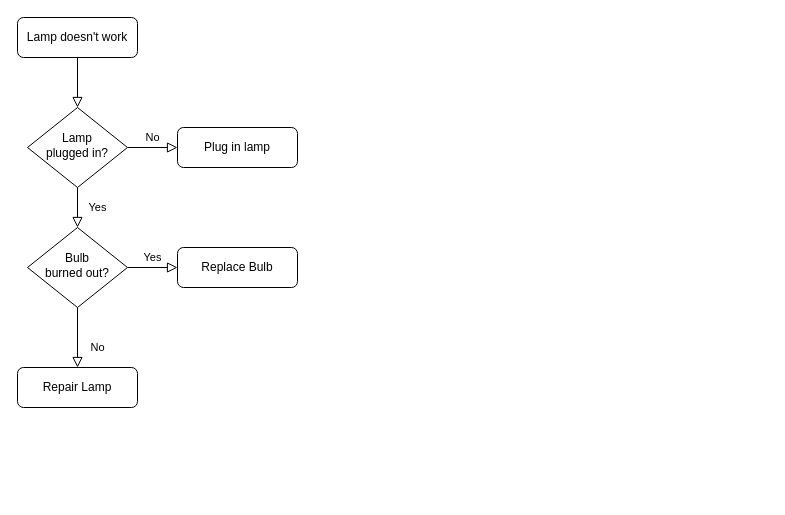
Earlier version of the draw.io diagram Untitled Diagram.drawio (hi-clyoo/flow-chart). Source tidied: cells renumbered, new cells numbered last; positions are measured from the earlier drawing's top-left corner, leaving out a move shared by most shapes. Both pictures are drawn from the tidied source at 100%, with x=0, y=0 at pixel (17, 17).
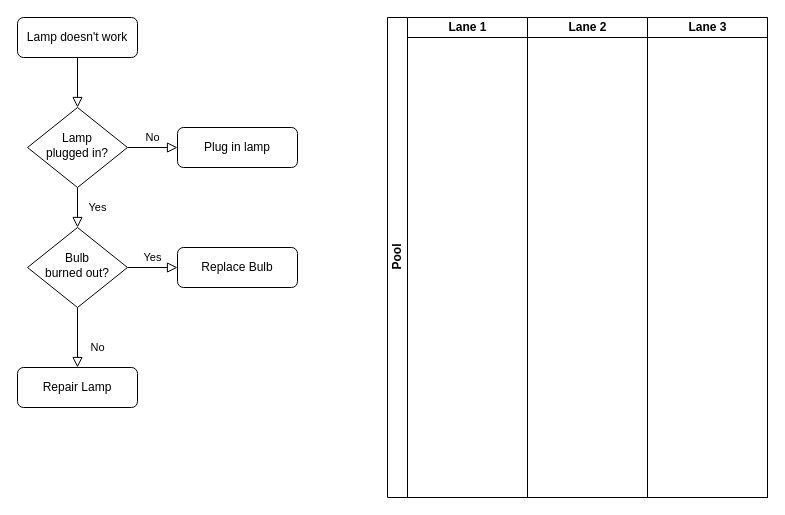
The same diagram, later.

Change to the diagram source:
```diff
@@
 <mxGraphModel>
   <root>
     <mxCell id="0" />
     <mxCell id="1" parent="0" />
     <mxCell id="2" style="rounded=0;html=1;jettySize=auto;fontSize=11;endArrow=block;endFill=0;endSize=8;strokeWidth=1;shadow=0;labelBackgroundColor=none;edgeStyle=orthogonalEdgeStyle;" parent="1" edge="1" source="3" target="6">
       <mxGeometry relative="1" as="geometry" />
     </mxCell>
     <mxCell id="3" value="Lamp doesn't work" style="rounded=1;whiteSpace=wrap;html=1;fontSize=12;glass=0;strokeWidth=1;shadow=0;" parent="1" vertex="1">
       <mxGeometry width="120" height="40" as="geometry" />
     </mxCell>
     <mxCell id="4" value="Yes" style="rounded=0;html=1;jettySize=auto;fontSize=11;endArrow=block;endFill=0;endSize=8;strokeWidth=1;shadow=0;labelBackgroundColor=none;edgeStyle=orthogonalEdgeStyle;" parent="1" edge="1" source="6" target="10">
       <mxGeometry y="20" relative="1" as="geometry" />
     </mxCell>
     <mxCell id="5" value="No" style="edgeStyle=orthogonalEdgeStyle;rounded=0;html=1;jettySize=auto;fontSize=11;endArrow=block;endFill=0;endSize=8;strokeWidth=1;shadow=0;labelBackgroundColor=none;" parent="1" edge="1" source="6" target="7">
       <mxGeometry y="10" relative="1" as="geometry" />
     </mxCell>
     <mxCell id="6" value="Lamp&lt;br&gt;plugged in?" style="rhombus;whiteSpace=wrap;html=1;shadow=0;fontFamily=Helvetica;fontSize=12;align=center;strokeWidth=1;spacing=6;spacingTop=-4;" parent="1" vertex="1">
       <mxGeometry x="10" y="90" width="100" height="80" as="geometry" />
     </mxCell>
     <mxCell id="7" value="Plug in lamp" style="rounded=1;whiteSpace=wrap;html=1;fontSize=12;glass=0;strokeWidth=1;shadow=0;" parent="1" vertex="1">
       <mxGeometry x="160" y="110" width="120" height="40" as="geometry" />
     </mxCell>
     <mxCell id="8" value="No" style="rounded=0;html=1;jettySize=auto;fontSize=11;endArrow=block;endFill=0;endSize=8;strokeWidth=1;shadow=0;labelBackgroundColor=none;edgeStyle=orthogonalEdgeStyle;" parent="1" edge="1" source="10" target="11">
       <mxGeometry x="0.33" y="20" relative="1" as="geometry" />
     </mxCell>
     <mxCell id="9" value="Yes" style="edgeStyle=orthogonalEdgeStyle;rounded=0;html=1;jettySize=auto;fontSize=11;endArrow=block;endFill=0;endSize=8;strokeWidth=1;shadow=0;labelBackgroundColor=none;" parent="1" edge="1" source="10" target="12">
       <mxGeometry y="10" relative="1" as="geometry" />
     </mxCell>
     <mxCell id="10" value="Bulb&lt;br&gt;burned out?" style="rhombus;whiteSpace=wrap;html=1;shadow=0;fontFamily=Helvetica;fontSize=12;align=center;strokeWidth=1;spacing=6;spacingTop=-4;" parent="1" vertex="1">
       <mxGeometry x="10" y="210" width="100" height="80" as="geometry" />
     </mxCell>
     <mxCell id="11" value="Repair Lamp" style="rounded=1;whiteSpace=wrap;html=1;fontSize=12;glass=0;strokeWidth=1;shadow=0;" parent="1" vertex="1">
       <mxGeometry y="350" width="120" height="40" as="geometry" />
     </mxCell>
     <mxCell id="12" value="Replace Bulb" style="rounded=1;whiteSpace=wrap;html=1;fontSize=12;glass=0;strokeWidth=1;shadow=0;" parent="1" vertex="1">
       <mxGeometry x="160" y="230" width="120" height="40" as="geometry" />
     </mxCell>
+    <mxCell id="13" value="Pool" style="swimlane;html=1;startSize=20;horizontal=0;" parent="1" vertex="1">
+      <mxGeometry x="370" width="380" height="480" as="geometry" />
+    </mxCell>
+    <mxCell id="14" value="Lane 1" style="swimlane;html=1;startSize=20;" parent="13" vertex="1">
+      <mxGeometry x="20" width="120" height="480" as="geometry" />
+    </mxCell>
+    <mxCell id="15" value="Lane 2" style="swimlane;html=1;startSize=20;" parent="13" vertex="1">
+      <mxGeometry x="140" width="120" height="480" as="geometry" />
+    </mxCell>
+    <mxCell id="16" value="Lane 3" style="swimlane;html=1;startSize=20;" parent="13" vertex="1">
+      <mxGeometry x="260" width="120" height="480" as="geometry" />
+    </mxCell>
   </root>
 </mxGraphModel>
```
